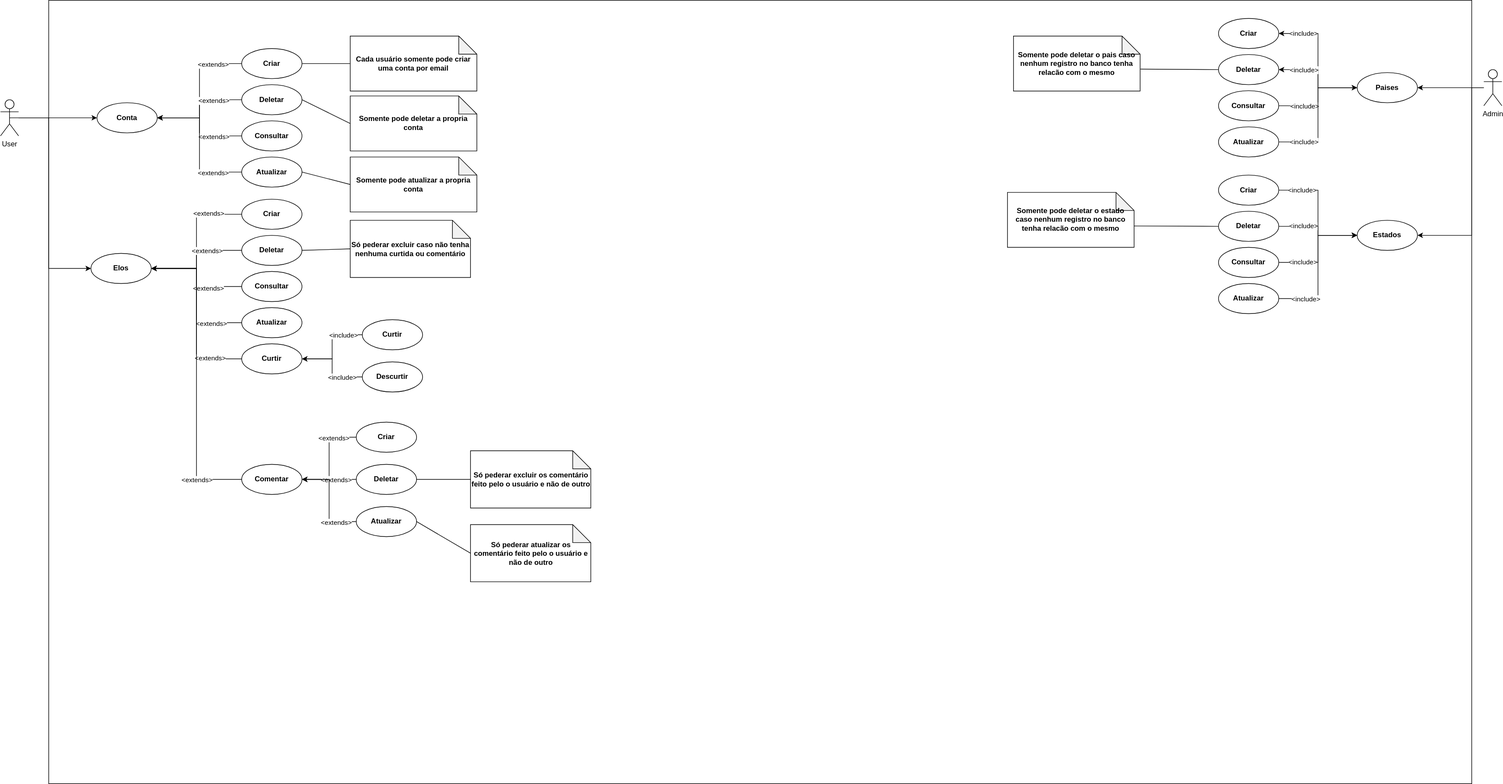
Before: images/usecases.svg, a diagram exported from draw.io (jadson179/recobook). Source tidied: cells renumbered, new cells last; positions are measured from the earlier drawing's top-left corner, leaving out a move shared by most shapes.
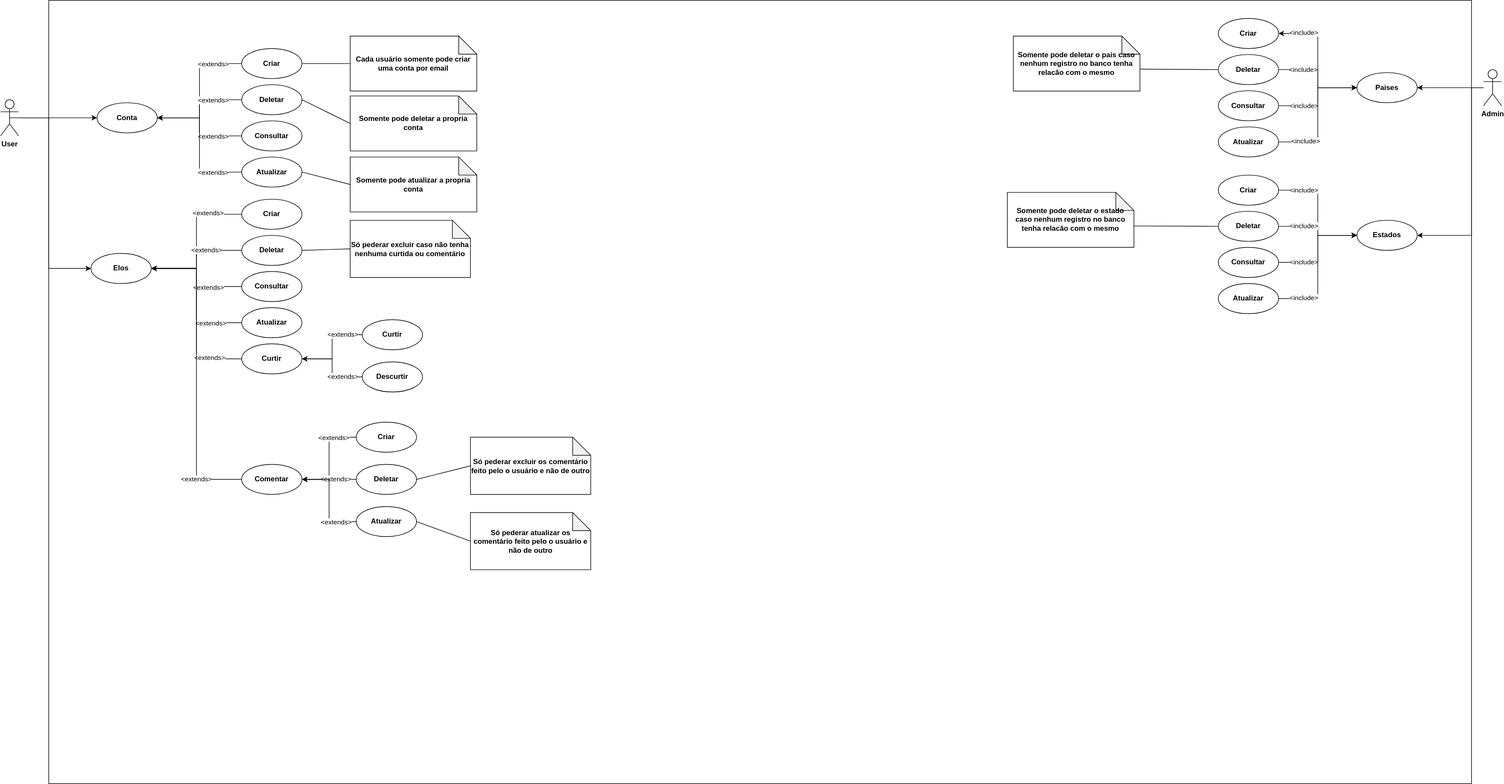
The same file after the commit.

The edit, as a diff of the source:
```diff
@@ -16,7 +16,7 @@
         </Array>
       </mxGeometry>
     </mxCell>
-    <mxCell id="5" value="User" style="shape=umlActor;verticalLabelPosition=bottom;verticalAlign=top;html=1;outlineConnect=0;" parent="1" vertex="1">
+    <mxCell id="5" value="&lt;b&gt;User&lt;/b&gt;" style="shape=umlActor;verticalLabelPosition=bottom;verticalAlign=top;html=1;outlineConnect=0;" parent="1" vertex="1">
       <mxGeometry y="165" width="30" height="60" as="geometry" />
     </mxCell>
     <mxCell id="6" value="&lt;b&gt;Conta&lt;/b&gt;" style="ellipse;whiteSpace=wrap;html=1;" parent="1" vertex="1">
@@ -155,7 +155,7 @@
         </Array>
       </mxGeometry>
     </mxCell>
-    <mxCell id="48" value="Admin" style="shape=umlActor;verticalLabelPosition=bottom;verticalAlign=top;html=1;outlineConnect=0;" parent="1" vertex="1">
+    <mxCell id="48" value="&lt;b&gt;Admin&lt;/b&gt;" style="shape=umlActor;verticalLabelPosition=bottom;verticalAlign=top;html=1;outlineConnect=0;" parent="1" vertex="1">
       <mxGeometry x="2460" y="115" width="30" height="60" as="geometry" />
     </mxCell>
     <mxCell id="49" style="edgeStyle=orthogonalEdgeStyle;rounded=0;jettySize=auto;html=1;entryX=1;entryY=0.5;entryDx=0;entryDy=0;" parent="1" edge="1" source="53" target="54">
@@ -166,20 +166,15 @@
         <mxPoint x="-0.1" y="2" as="offset" />
       </mxGeometry>
     </mxCell>
-    <mxCell id="51" style="edgeStyle=orthogonalEdgeStyle;rounded=0;jettySize=auto;html=1;" parent="1" edge="1" source="53" target="55">
-      <mxGeometry relative="1" as="geometry" />
-    </mxCell>
-    <mxCell id="52" value="&amp;lt;include&amp;gt;" style="edgeLabel;html=1;align=center;verticalAlign=middle;" parent="51" vertex="1">
-      <mxGeometry x="0.49" y="-2" relative="1" as="geometry">
-        <mxPoint y="2" as="offset" />
-      </mxGeometry>
-    </mxCell>
     <mxCell id="53" value="&lt;b&gt;Paises&lt;/b&gt;" style="ellipse;whiteSpace=wrap;html=1;" parent="1" vertex="1">
       <mxGeometry x="2250" y="120" width="100" height="50" as="geometry" />
     </mxCell>
     <mxCell id="54" value="&lt;b&gt;Criar&lt;/b&gt;" style="ellipse;whiteSpace=wrap;html=1;" parent="1" vertex="1">
       <mxGeometry x="2020" y="30" width="100" height="50" as="geometry" />
     </mxCell>
+    <mxCell id="98" style="edgeStyle=orthogonalEdgeStyle;rounded=0;jettySize=auto;html=1;entryX=0;entryY=0.5;entryDx=0;entryDy=0;" parent="1" edge="1" source="55" target="53">
+      <mxGeometry relative="1" as="geometry" />
+    </mxCell>
     <mxCell id="55" value="&lt;b&gt;Deletar&lt;/b&gt;" style="ellipse;whiteSpace=wrap;html=1;" parent="1" vertex="1">
       <mxGeometry x="2020" y="90" width="100" height="50" as="geometry" />
     </mxCell>
@@ -204,7 +199,7 @@
     </mxCell>
     <mxCell id="60" value="&amp;lt;include&amp;gt;" style="edgeLabel;html=1;align=center;verticalAlign=middle;" parent="59" vertex="1">
       <mxGeometry x="-0.67" y="1" relative="1" as="geometry">
-        <mxPoint x="4.4" as="offset" />
+        <mxPoint x="7.4" as="offset" />
       </mxGeometry>
     </mxCell>
     <mxCell id="61" value="&lt;b&gt;Atualizar&lt;/b&gt;" style="ellipse;whiteSpace=wrap;html=1;" parent="1" vertex="1">
@@ -220,7 +215,9 @@
       <mxGeometry relative="1" as="geometry" />
     </mxCell>
     <mxCell id="65" value="&amp;lt;include&amp;gt;" style="edgeLabel;html=1;align=center;verticalAlign=middle;" parent="64" vertex="1">
-      <mxGeometry x="-0.63" y="1" relative="1" as="geometry" />
+      <mxGeometry x="-0.63" y="1" relative="1" as="geometry">
+        <mxPoint x="3" y="1" as="offset" />
+      </mxGeometry>
     </mxCell>
     <mxCell id="66" value="&lt;b&gt;Criar&lt;/b&gt;" style="ellipse;whiteSpace=wrap;html=1;" parent="1" vertex="1">
       <mxGeometry x="2020" y="290" width="100" height="50" as="geometry" />
@@ -229,7 +226,9 @@
       <mxGeometry relative="1" as="geometry" />
     </mxCell>
     <mxCell id="68" value="&amp;lt;include&amp;gt;" style="edgeLabel;html=1;align=center;verticalAlign=middle;" parent="67" vertex="1">
-      <mxGeometry x="-0.45" y="1" relative="1" as="geometry" />
+      <mxGeometry x="-0.45" y="1" relative="1" as="geometry">
+        <mxPoint x="2" y="1" as="offset" />
+      </mxGeometry>
     </mxCell>
     <mxCell id="69" value="&lt;b&gt;Deletar&lt;/b&gt;" style="ellipse;whiteSpace=wrap;html=1;" parent="1" vertex="1">
       <mxGeometry x="2020" y="350" width="100" height="50" as="geometry" />
@@ -238,7 +237,9 @@
       <mxGeometry relative="1" as="geometry" />
     </mxCell>
     <mxCell id="71" value="&amp;lt;include&amp;gt;" style="edgeLabel;html=1;align=center;verticalAlign=middle;" parent="70" vertex="1">
-      <mxGeometry x="-0.56" y="1" relative="1" as="geometry" />
+      <mxGeometry x="-0.56" y="1" relative="1" as="geometry">
+        <mxPoint x="3" y="1" as="offset" />
+      </mxGeometry>
     </mxCell>
     <mxCell id="72" value="&lt;b&gt;Consultar&lt;/b&gt;" style="ellipse;whiteSpace=wrap;html=1;" parent="1" vertex="1">
       <mxGeometry x="2020" y="410" width="100" height="50" as="geometry" />
@@ -247,7 +248,9 @@
       <mxGeometry relative="1" as="geometry" />
     </mxCell>
     <mxCell id="74" value="&amp;lt;include&amp;gt;" style="edgeLabel;html=1;align=center;verticalAlign=middle;" parent="73" vertex="1">
-      <mxGeometry x="-0.63" relative="1" as="geometry" />
+      <mxGeometry x="-0.63" relative="1" as="geometry">
+        <mxPoint x="-2" y="-1" as="offset" />
+      </mxGeometry>
     </mxCell>
     <mxCell id="75" value="&lt;b&gt;Atualizar&lt;/b&gt;" style="ellipse;whiteSpace=wrap;html=1;" parent="1" vertex="1">
       <mxGeometry x="2020" y="470" width="100" height="50" as="geometry" />
@@ -262,9 +265,14 @@
       <mxGeometry relative="1" as="geometry" />
     </mxCell>
     <mxCell id="79" style="edgeStyle=orthogonalEdgeStyle;rounded=0;jettySize=auto;html=1;entryX=1;entryY=0.5;entryDx=0;entryDy=0;" parent="1" edge="1" source="81" target="36">
-      <mxGeometry relative="1" as="geometry" />
+      <mxGeometry relative="1" as="geometry">
+        <Array as="points">
+          <mxPoint x="550" y="555" />
+          <mxPoint x="550" y="595" />
+        </Array>
+      </mxGeometry>
     </mxCell>
-    <mxCell id="80" value="&amp;lt;include&amp;gt;" style="edgeLabel;html=1;align=center;verticalAlign=middle;" parent="79" vertex="1">
+    <mxCell id="80" value="&amp;lt;extends&amp;gt;" style="edgeLabel;html=1;align=center;verticalAlign=middle;" parent="79" vertex="1">
       <mxGeometry x="-0.51" y="1" relative="1" as="geometry">
         <mxPoint x="2" y="-1" as="offset" />
       </mxGeometry>
@@ -275,7 +283,7 @@
     <mxCell id="82" style="edgeStyle=orthogonalEdgeStyle;rounded=0;jettySize=auto;html=1;entryX=1;entryY=0.5;entryDx=0;entryDy=0;" parent="1" edge="1" source="84" target="36">
       <mxGeometry relative="1" as="geometry" />
     </mxCell>
-    <mxCell id="83" value="&amp;lt;include&amp;gt;" style="edgeLabel;html=1;align=center;verticalAlign=middle;" parent="82" vertex="1">
+    <mxCell id="83" value="&amp;lt;extends&amp;gt;" style="edgeLabel;html=1;align=center;verticalAlign=middle;" parent="82" vertex="1">
       <mxGeometry x="-0.48" y="-1" relative="1" as="geometry">
         <mxPoint x="0.9" y="1" as="offset" />
       </mxGeometry>
@@ -311,16 +319,21 @@
       <mxGeometry x="590" y="840" width="100" height="50" as="geometry" />
     </mxCell>
     <mxCell id="94" value="&lt;b&gt;Só pederar excluir os comentário feito pelo o usuário e não de outro&lt;/b&gt;" style="shape=note;whiteSpace=wrap;html=1;backgroundOutline=1;darkOpacity=0.05;" parent="1" vertex="1">
-      <mxGeometry x="779.5" y="747.5" width="199.5" height="95" as="geometry" />
+      <mxGeometry x="779.5" y="725" width="199.5" height="95" as="geometry" />
     </mxCell>
     <mxCell id="95" style="endArrow=none;html=1;exitX=1;exitY=0.5;exitDx=0;exitDy=0;entryX=0;entryY=0.5;entryDx=0;entryDy=0;entryPerimeter=0;" parent="1" edge="1" source="90" target="94">
       <mxGeometry relative="1" as="geometry" />
     </mxCell>
     <mxCell id="96" value="&lt;b&gt;Só pederar atualizar os comentário feito pelo o usuário e não de outro&lt;/b&gt;" style="shape=note;whiteSpace=wrap;html=1;backgroundOutline=1;darkOpacity=0.05;" parent="1" vertex="1">
-      <mxGeometry x="779.5" y="870" width="199.5" height="95" as="geometry" />
+      <mxGeometry x="779.5" y="850" width="199.5" height="95" as="geometry" />
     </mxCell>
     <mxCell id="97" style="endArrow=none;html=1;exitX=1;exitY=0.5;exitDx=0;exitDy=0;entryX=0;entryY=0.5;entryDx=0;entryDy=0;entryPerimeter=0;" parent="1" edge="1" source="93" target="96">
       <mxGeometry relative="1" as="geometry" />
     </mxCell>
+    <mxCell id="52" value="&amp;lt;include&amp;gt;" style="edgeLabel;html=1;align=center;verticalAlign=middle;" parent="1" vertex="1">
+      <mxGeometry x="2161" y="118" as="geometry">
+        <mxPoint y="-3" as="offset" />
+      </mxGeometry>
+    </mxCell>
   </root>
 </mxGraphModel>
```
